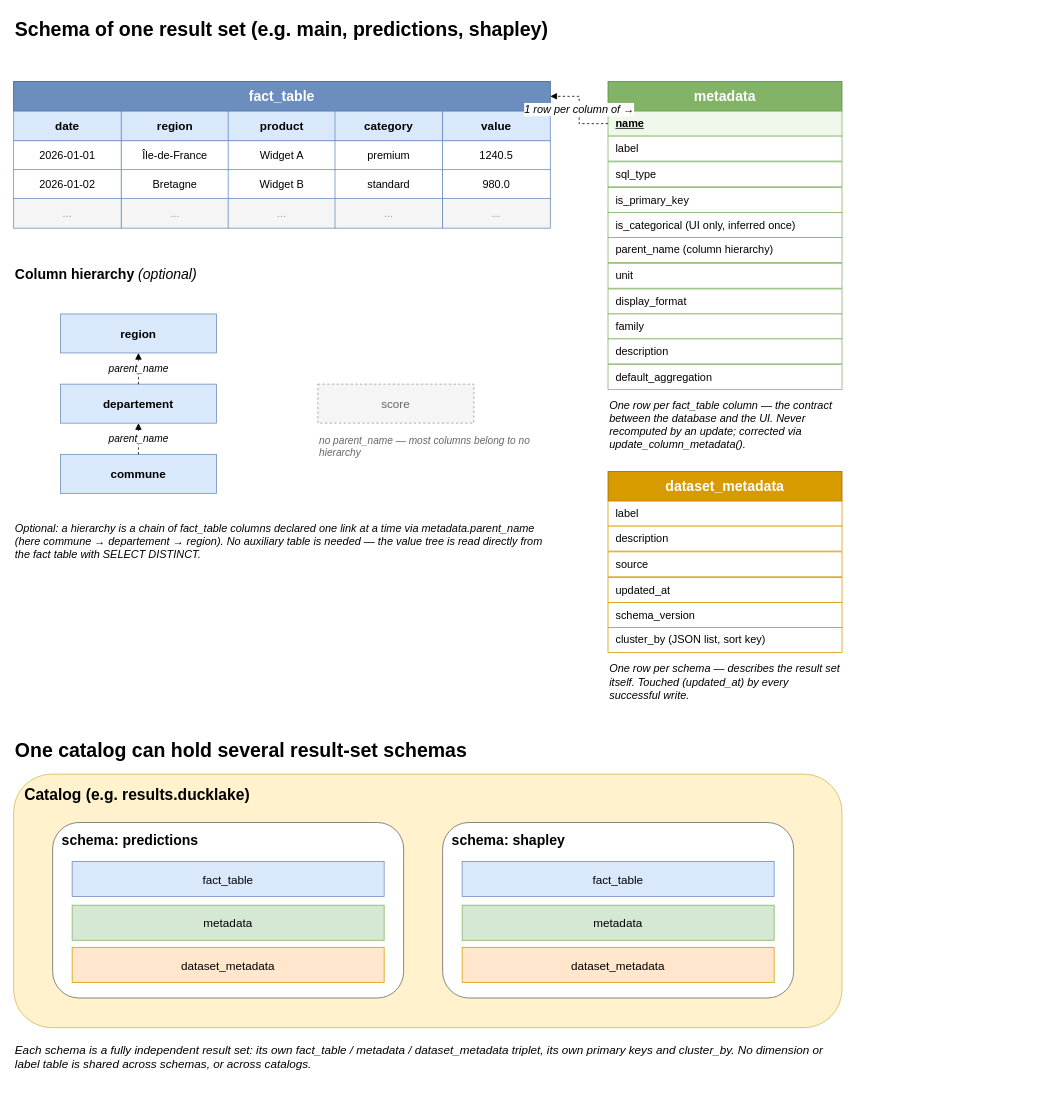
Above: docs/assets/schema_bdd.drawio in qbolliet/dt-ducklake-manager (draw.io), before the change. Source tidied: cells renumbered, new cells numbered last; positions are measured from the earlier drawing's top-left corner, leaving out a move shared by most shapes. Both pictures are drawn from the tidied source at 78%, with x=0, y=0 at pixel (13, 13).
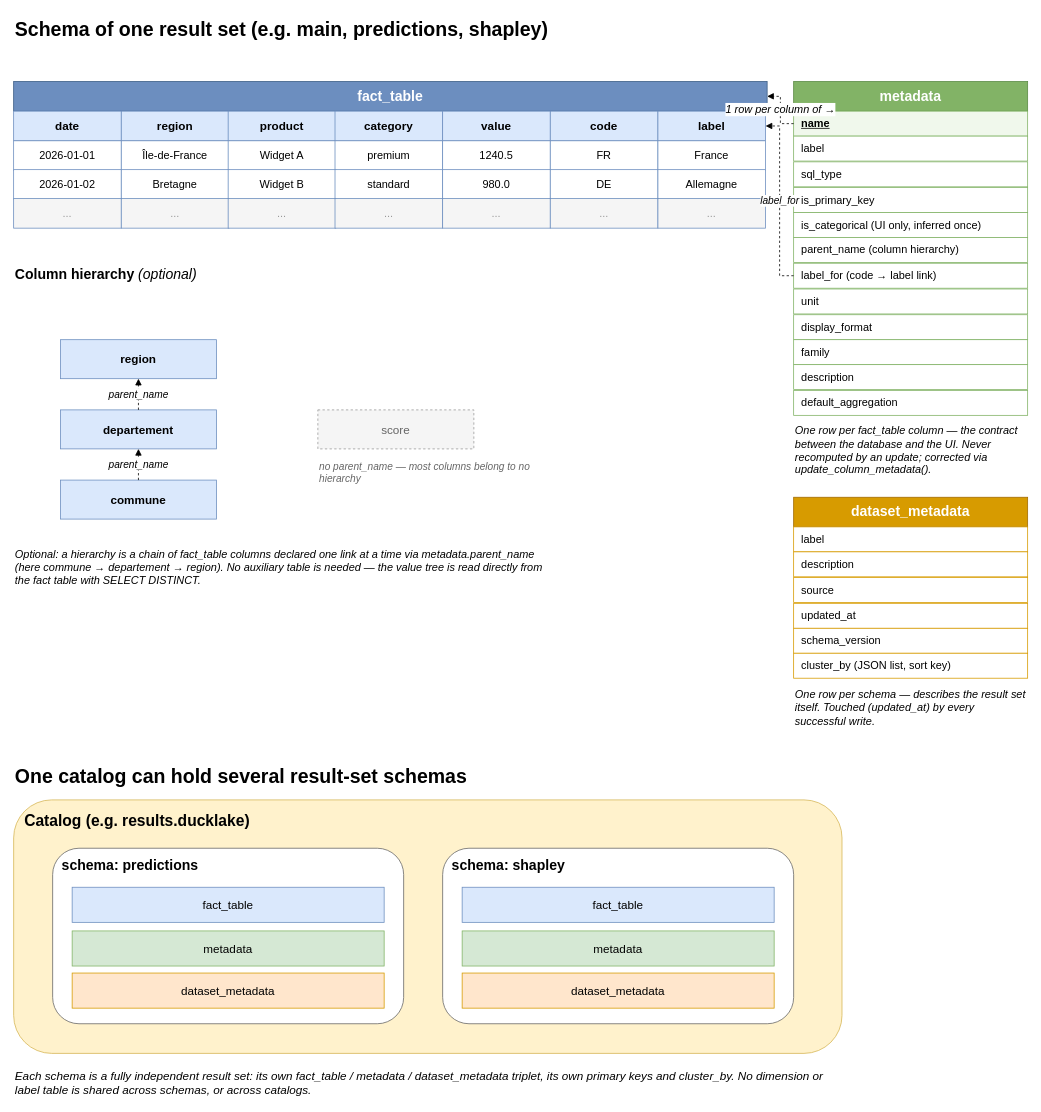
Above is the later version.

What changed in the source:
```diff
@@
     <mxCell id="2" value="Schema of one result set (e.g. main, predictions, shapley)" style="text;html=1;fontSize=25;fontStyle=1;align=left;verticalAlign=middle;" parent="1" vertex="1">
-      <mxGeometry width="875" height="38" as="geometry" />
+      <mxGeometry width="1300" height="38" as="geometry" />
     </mxCell>
     <mxCell id="3" value="fact_table" style="rounded=0;whiteSpace=wrap;html=1;fillColor=#6c8ebf;strokeColor=#3a5c85;fontColor=#ffffff;fontStyle=1;fontSize=18;align=center;verticalAlign=middle;" parent="1" vertex="1">
-      <mxGeometry y="87" width="688" height="38" as="geometry" />
+      <mxGeometry y="87" width="966" height="38" as="geometry" />
     </mxCell>
@@
+    <mxCell id="66" value="code" style="rounded=0;whiteSpace=wrap;html=1;fillColor=#dae8fc;strokeColor=#6c8ebf;fontStyle=1;fontSize=15;align=center;verticalAlign=middle;" parent="1" vertex="1">
+      <mxGeometry x="688" y="125" width="138" height="38" as="geometry" />
+    </mxCell>
+    <mxCell id="67" value="label" style="rounded=0;whiteSpace=wrap;html=1;fillColor=#dae8fc;strokeColor=#6c8ebf;fontStyle=1;fontSize=15;align=center;verticalAlign=middle;" parent="1" vertex="1">
+      <mxGeometry x="826" y="125" width="138" height="38" as="geometry" />
+    </mxCell>
@@
+    <mxCell id="68" value="FR" style="rounded=0;whiteSpace=wrap;html=1;fillColor=#ffffff;strokeColor=#6c8ebf;fontSize=14;align=center;verticalAlign=middle;" parent="1" vertex="1">
+      <mxGeometry x="688" y="163" width="138" height="38" as="geometry" />
+    </mxCell>
+    <mxCell id="69" value="France" style="rounded=0;whiteSpace=wrap;html=1;fillColor=#ffffff;strokeColor=#6c8ebf;fontSize=14;align=center;verticalAlign=middle;" parent="1" vertex="1">
+      <mxGeometry x="826" y="163" width="138" height="38" as="geometry" />
+    </mxCell>
@@
+    <mxCell id="70" value="DE" style="rounded=0;whiteSpace=wrap;html=1;fillColor=#ffffff;strokeColor=#6c8ebf;fontSize=14;align=center;verticalAlign=middle;" parent="1" vertex="1">
+      <mxGeometry x="688" y="200" width="138" height="38" as="geometry" />
+    </mxCell>
+    <mxCell id="71" value="Allemagne" style="rounded=0;whiteSpace=wrap;html=1;fillColor=#ffffff;strokeColor=#6c8ebf;fontSize=14;align=center;verticalAlign=middle;" parent="1" vertex="1">
+      <mxGeometry x="826" y="200" width="138" height="38" as="geometry" />
+    </mxCell>
@@
+    <mxCell id="72" value="..." style="rounded=0;whiteSpace=wrap;html=1;fillColor=#f5f5f5;strokeColor=#6c8ebf;fontSize=14;fontColor=#999999;align=center;verticalAlign=middle;" parent="1" vertex="1">
+      <mxGeometry x="688" y="237" width="138" height="38" as="geometry" />
+    </mxCell>
+    <mxCell id="73" value="..." style="rounded=0;whiteSpace=wrap;html=1;fillColor=#f5f5f5;strokeColor=#6c8ebf;fontSize=14;fontColor=#999999;align=center;verticalAlign=middle;" parent="1" vertex="1">
+      <mxGeometry x="826" y="237" width="138" height="38" as="geometry" />
+    </mxCell>
@@
     <mxCell id="25" value="region" style="rounded=0;whiteSpace=wrap;html=1;fillColor=#dae8fc;strokeColor=#6c8ebf;fontStyle=1;fontSize=15;align=center;verticalAlign=middle;" parent="1" vertex="1">
-      <mxGeometry x="60" y="385" width="200" height="50" as="geometry" />
+      <mxGeometry x="60" y="418" width="200" height="50" as="geometry" />
     </mxCell>
     <mxCell id="26" value="departement" style="rounded=0;whiteSpace=wrap;html=1;fillColor=#dae8fc;strokeColor=#6c8ebf;fontStyle=1;fontSize=15;align=center;verticalAlign=middle;" parent="1" vertex="1">
-      <mxGeometry x="60" y="475" width="200" height="50" as="geometry" />
+      <mxGeometry x="60" y="508" width="200" height="50" as="geometry" />
     </mxCell>
     <mxCell id="27" value="commune" style="rounded=0;whiteSpace=wrap;html=1;fillColor=#dae8fc;strokeColor=#6c8ebf;fontStyle=1;fontSize=15;align=center;verticalAlign=middle;" parent="1" vertex="1">
-      <mxGeometry x="60" y="565" width="200" height="50" as="geometry" />
+      <mxGeometry x="60" y="598" width="200" height="50" as="geometry" />
     </mxCell>
@@
     <mxCell id="30" value="score" style="rounded=0;whiteSpace=wrap;html=1;fillColor=#f5f5f5;strokeColor=#999999;dashed=1;fontColor=#666666;fontSize=15;align=center;verticalAlign=middle;" parent="1" vertex="1">
-      <mxGeometry x="390" y="475" width="200" height="50" as="geometry" />
+      <mxGeometry x="390" y="508" width="200" height="50" as="geometry" />
     </mxCell>
     <mxCell id="31" value="no parent_name — most columns belong to no hierarchy" style="text;html=1;whiteSpace=wrap;fontSize=13;fontStyle=2;fontColor=#666666;align=left;verticalAlign=top;" parent="1" vertex="1">
-      <mxGeometry x="390" y="533" width="298" height="45" as="geometry" />
+      <mxGeometry x="390" y="566" width="298" height="45" as="geometry" />
     </mxCell>
     <mxCell id="32" value="Optional: a hierarchy is a chain of fact_table columns declared one link at a time via metadata.parent_name (here commune → departement → region). No auxiliary table is needed — the value tree is read directly from the fact table with SELECT DISTINCT." style="text;html=1;whiteSpace=wrap;fontSize=14;fontStyle=2;align=left;verticalAlign=top;" parent="1" vertex="1">
-      <mxGeometry y="645" width="688" height="90" as="geometry" />
+      <mxGeometry y="678" width="688" height="90" as="geometry" />
     </mxCell>
     <mxCell id="33" value="metadata" style="rounded=0;whiteSpace=wrap;html=1;fillColor=#82b366;strokeColor=#5a8a44;fontColor=#ffffff;fontStyle=1;fontSize=18;align=center;verticalAlign=middle;" parent="1" vertex="1">
-      <mxGeometry x="762" y="87" width="300" height="38" as="geometry" />
+      <mxGeometry x="1000" y="87" width="300" height="38" as="geometry" />
     </mxCell>
     <mxCell id="34" value="name" style="rounded=0;whiteSpace=wrap;html=1;fillColor=#f0f8ec;strokeColor=#82b366;fontSize=14;fontStyle=5;align=left;verticalAlign=middle;spacingLeft=8;" parent="1" vertex="1">
-      <mxGeometry x="762" y="125" width="300" height="32" as="geometry" />
+      <mxGeometry x="1000" y="125" width="300" height="32" as="geometry" />
     </mxCell>
     <mxCell id="35" value="label" style="rounded=0;whiteSpace=wrap;html=1;fillColor=#ffffff;strokeColor=#82b366;fontSize=14;align=left;verticalAlign=middle;spacingLeft=8;" parent="1" vertex="1">
-      <mxGeometry x="762" y="157" width="300" height="32" as="geometry" />
+      <mxGeometry x="1000" y="157" width="300" height="32" as="geometry" />
     </mxCell>
     <mxCell id="36" value="sql_type" style="rounded=0;whiteSpace=wrap;html=1;fillColor=#ffffff;strokeColor=#82b366;fontSize=14;align=left;verticalAlign=middle;spacingLeft=8;" parent="1" vertex="1">
-      <mxGeometry x="762" y="190" width="300" height="32" as="geometry" />
+      <mxGeometry x="1000" y="190" width="300" height="32" as="geometry" />
     </mxCell>
     <mxCell id="37" value="is_primary_key" style="rounded=0;whiteSpace=wrap;html=1;fillColor=#ffffff;strokeColor=#82b366;fontSize=14;align=left;verticalAlign=middle;spacingLeft=8;" parent="1" vertex="1">
-      <mxGeometry x="762" y="223" width="300" height="32" as="geometry" />
+      <mxGeometry x="1000" y="223" width="300" height="32" as="geometry" />
     </mxCell>
     <mxCell id="38" value="is_categorical  (UI only, inferred once)" style="rounded=0;whiteSpace=wrap;html=1;fillColor=#ffffff;strokeColor=#82b366;fontSize=14;align=left;verticalAlign=middle;spacingLeft=8;" parent="1" vertex="1">
-      <mxGeometry x="762" y="255" width="300" height="32" as="geometry" />
+      <mxGeometry x="1000" y="255" width="300" height="32" as="geometry" />
     </mxCell>
     <mxCell id="39" value="parent_name  (column hierarchy)" style="rounded=0;whiteSpace=wrap;html=1;fillColor=#ffffff;strokeColor=#82b366;fontSize=14;align=left;verticalAlign=middle;spacingLeft=8;" parent="1" vertex="1">
-      <mxGeometry x="762" y="287" width="300" height="32" as="geometry" />
+      <mxGeometry x="1000" y="287" width="300" height="32" as="geometry" />
     </mxCell>
+    <mxCell id="74" value="label_for  (code → label link)" style="rounded=0;whiteSpace=wrap;html=1;fillColor=#ffffff;strokeColor=#82b366;fontSize=14;align=left;verticalAlign=middle;spacingLeft=8;" parent="1" vertex="1">
+      <mxGeometry x="1000" y="320" width="300" height="32" as="geometry" />
+    </mxCell>
     <mxCell id="40" value="unit" style="rounded=0;whiteSpace=wrap;html=1;fillColor=#ffffff;strokeColor=#82b366;fontSize=14;align=left;verticalAlign=middle;spacingLeft=8;" parent="1" vertex="1">
-      <mxGeometry x="762" y="320" width="300" height="32" as="geometry" />
+      <mxGeometry x="1000" y="353" width="300" height="32" as="geometry" />
     </mxCell>
     <mxCell id="41" value="display_format" style="rounded=0;whiteSpace=wrap;html=1;fillColor=#ffffff;strokeColor=#82b366;fontSize=14;align=left;verticalAlign=middle;spacingLeft=8;" parent="1" vertex="1">
-      <mxGeometry x="762" y="353" width="300" height="32" as="geometry" />
+      <mxGeometry x="1000" y="386" width="300" height="32" as="geometry" />
     </mxCell>
     <mxCell id="42" value="family" style="rounded=0;whiteSpace=wrap;html=1;fillColor=#ffffff;strokeColor=#82b366;fontSize=14;align=left;verticalAlign=middle;spacingLeft=8;" parent="1" vertex="1">
-      <mxGeometry x="762" y="385" width="300" height="32" as="geometry" />
+      <mxGeometry x="1000" y="418" width="300" height="32" as="geometry" />
     </mxCell>
     <mxCell id="43" value="description" style="rounded=0;whiteSpace=wrap;html=1;fillColor=#ffffff;strokeColor=#82b366;fontSize=14;align=left;verticalAlign=middle;spacingLeft=8;" parent="1" vertex="1">
-      <mxGeometry x="762" y="417" width="300" height="32" as="geometry" />
+      <mxGeometry x="1000" y="450" width="300" height="32" as="geometry" />
     </mxCell>
     <mxCell id="44" value="default_aggregation" style="rounded=0;whiteSpace=wrap;html=1;fillColor=#ffffff;strokeColor=#82b366;fontSize=14;align=left;verticalAlign=middle;spacingLeft=8;" parent="1" vertex="1">
-      <mxGeometry x="762" y="450" width="300" height="32" as="geometry" />
+      <mxGeometry x="1000" y="483" width="300" height="32" as="geometry" />
     </mxCell>
     <mxCell id="45" value="One row per fact_table column — the contract between the database and the UI. Never recomputed by an update; corrected via update_column_metadata()." style="text;html=1;whiteSpace=wrap;fontSize=14;fontStyle=2;align=left;verticalAlign=top;" parent="1" vertex="1">
-      <mxGeometry x="762" y="487" width="300" height="95" as="geometry" />
+      <mxGeometry x="1000" y="520" width="300" height="95" as="geometry" />
     </mxCell>
@@
+    <mxCell id="75" value="label_for" style="edgeStyle=orthogonalEdgeStyle;rounded=0;html=1;dashed=1;endArrow=block;fontSize=13;fontStyle=2;align=center;exitX=0;exitY=0.5;exitDx=0;exitDy=0;entryX=1;entryY=0.5;entryDx=0;entryDy=0;" parent="1" edge="1" source="74" target="67">
+      <mxGeometry relative="1" as="geometry" />
+    </mxCell>
     <mxCell id="47" value="dataset_metadata" style="rounded=0;whiteSpace=wrap;html=1;fillColor=#d79b00;strokeColor=#a06a00;fontColor=#ffffff;fontStyle=1;fontSize=18;align=center;verticalAlign=middle;" parent="1" vertex="1">
-      <mxGeometry x="762" y="587" width="300" height="38" as="geometry" />
+      <mxGeometry x="1000" y="620" width="300" height="38" as="geometry" />
     </mxCell>
     <mxCell id="48" value="label" style="rounded=0;whiteSpace=wrap;html=1;fillColor=#ffffff;strokeColor=#d79b00;fontSize=14;align=left;verticalAlign=middle;spacingLeft=8;" parent="1" vertex="1">
-      <mxGeometry x="762" y="625" width="300" height="32" as="geometry" />
+      <mxGeometry x="1000" y="658" width="300" height="32" as="geometry" />
     </mxCell>
     <mxCell id="49" value="description" style="rounded=0;whiteSpace=wrap;html=1;fillColor=#ffffff;strokeColor=#d79b00;fontSize=14;align=left;verticalAlign=middle;spacingLeft=8;" parent="1" vertex="1">
-      <mxGeometry x="762" y="657" width="300" height="32" as="geometry" />
+      <mxGeometry x="1000" y="690" width="300" height="32" as="geometry" />
     </mxCell>
     <mxCell id="50" value="source" style="rounded=0;whiteSpace=wrap;html=1;fillColor=#ffffff;strokeColor=#d79b00;fontSize=14;align=left;verticalAlign=middle;spacingLeft=8;" parent="1" vertex="1">
-      <mxGeometry x="762" y="690" width="300" height="32" as="geometry" />
+      <mxGeometry x="1000" y="723" width="300" height="32" as="geometry" />
     </mxCell>
     <mxCell id="51" value="updated_at" style="rounded=0;whiteSpace=wrap;html=1;fillColor=#ffffff;strokeColor=#d79b00;fontSize=14;align=left;verticalAlign=middle;spacingLeft=8;" parent="1" vertex="1">
-      <mxGeometry x="762" y="723" width="300" height="32" as="geometry" />
+      <mxGeometry x="1000" y="756" width="300" height="32" as="geometry" />
     </mxCell>
     <mxCell id="52" value="schema_version" style="rounded=0;whiteSpace=wrap;html=1;fillColor=#ffffff;strokeColor=#d79b00;fontSize=14;align=left;verticalAlign=middle;spacingLeft=8;" parent="1" vertex="1">
-      <mxGeometry x="762" y="755" width="300" height="32" as="geometry" />
+      <mxGeometry x="1000" y="788" width="300" height="32" as="geometry" />
     </mxCell>
     <mxCell id="53" value="cluster_by  (JSON list, sort key)" style="rounded=0;whiteSpace=wrap;html=1;fillColor=#ffffff;strokeColor=#d79b00;fontSize=14;align=left;verticalAlign=middle;spacingLeft=8;" parent="1" vertex="1">
-      <mxGeometry x="762" y="787" width="300" height="32" as="geometry" />
+      <mxGeometry x="1000" y="820" width="300" height="32" as="geometry" />
     </mxCell>
     <mxCell id="54" value="One row per schema — describes the result set itself. Touched (updated_at) by every successful write." style="text;html=1;whiteSpace=wrap;fontSize=14;fontStyle=2;align=left;verticalAlign=top;" parent="1" vertex="1">
-      <mxGeometry x="762" y="825" width="300" height="65" as="geometry" />
+      <mxGeometry x="1000" y="858" width="300" height="65" as="geometry" />
     </mxCell>
     <mxCell id="55" value="One catalog can hold several result-set schemas" style="text;html=1;fontSize=25;fontStyle=1;align=left;verticalAlign=middle;" parent="1" vertex="1">
-      <mxGeometry y="925" width="875" height="38" as="geometry" />
+      <mxGeometry y="958" width="875" height="38" as="geometry" />
     </mxCell>
     <mxCell id="56" value="Catalog (e.g. results.ducklake)" style="rounded=1;whiteSpace=wrap;html=1;fillColor=#fff2cc;strokeColor=#d6b656;fontStyle=1;fontSize=20;verticalAlign=top;align=left;spacingLeft=12;spacingTop=8;" parent="1" vertex="1">
-      <mxGeometry y="975" width="1062" height="325" as="geometry" />
+      <mxGeometry y="1008" width="1062" height="325" as="geometry" />
     </mxCell>
     <mxCell id="57" value="schema: predictions" style="rounded=1;whiteSpace=wrap;html=1;fillColor=#ffffff;strokeColor=#666666;fontStyle=1;fontSize=18;verticalAlign=top;align=left;spacingLeft=10;spacingTop=6;" parent="1" vertex="1">
-      <mxGeometry x="50" y="1037" width="450" height="225" as="geometry" />
+      <mxGeometry x="50" y="1070" width="450" height="225" as="geometry" />
     </mxCell>
     <mxCell id="58" value="schema: shapley" style="rounded=1;whiteSpace=wrap;html=1;fillColor=#ffffff;strokeColor=#666666;fontStyle=1;fontSize=18;verticalAlign=top;align=left;spacingLeft=10;spacingTop=6;" parent="1" vertex="1">
-      <mxGeometry x="550" y="1037" width="450" height="225" as="geometry" />
+      <mxGeometry x="550" y="1070" width="450" height="225" as="geometry" />
     </mxCell>
     <mxCell id="59" value="fact_table" style="rounded=0;whiteSpace=wrap;html=1;fillColor=#dae8fc;strokeColor=#6c8ebf;fontSize=15;align=center;verticalAlign=middle;" parent="1" vertex="1">
-      <mxGeometry x="75" y="1087" width="400" height="45" as="geometry" />
+      <mxGeometry x="75" y="1120" width="400" height="45" as="geometry" />
     </mxCell>
     <mxCell id="60" value="metadata" style="rounded=0;whiteSpace=wrap;html=1;fillColor=#d5e8d4;strokeColor=#82b366;fontSize=15;align=center;verticalAlign=middle;" parent="1" vertex="1">
-      <mxGeometry x="75" y="1143" width="400" height="45" as="geometry" />
+      <mxGeometry x="75" y="1176" width="400" height="45" as="geometry" />
     </mxCell>
     <mxCell id="61" value="dataset_metadata" style="rounded=0;whiteSpace=wrap;html=1;fillColor=#ffe6cc;strokeColor=#d79b00;fontSize=15;align=center;verticalAlign=middle;" parent="1" vertex="1">
-      <mxGeometry x="75" y="1197" width="400" height="45" as="geometry" />
+      <mxGeometry x="75" y="1230" width="400" height="45" as="geometry" />
     </mxCell>
     <mxCell id="62" value="fact_table" style="rounded=0;whiteSpace=wrap;html=1;fillColor=#dae8fc;strokeColor=#6c8ebf;fontSize=15;align=center;verticalAlign=middle;" parent="1" vertex="1">
-      <mxGeometry x="575" y="1087" width="400" height="45" as="geometry" />
+      <mxGeometry x="575" y="1120" width="400" height="45" as="geometry" />
     </mxCell>
     <mxCell id="63" value="metadata" style="rounded=0;whiteSpace=wrap;html=1;fillColor=#d5e8d4;strokeColor=#82b366;fontSize=15;align=center;verticalAlign=middle;" parent="1" vertex="1">
-      <mxGeometry x="575" y="1143" width="400" height="45" as="geometry" />
+      <mxGeometry x="575" y="1176" width="400" height="45" as="geometry" />
     </mxCell>
     <mxCell id="64" value="dataset_metadata" style="rounded=0;whiteSpace=wrap;html=1;fillColor=#ffe6cc;strokeColor=#d79b00;fontSize=15;align=center;verticalAlign=middle;" parent="1" vertex="1">
-      <mxGeometry x="575" y="1197" width="400" height="45" as="geometry" />
+      <mxGeometry x="575" y="1230" width="400" height="45" as="geometry" />
     </mxCell>
     <mxCell id="65" value="Each schema is a fully independent result set: its own fact_table / metadata / dataset_metadata triplet, its own primary keys and cluster_by. No dimension or label table is shared across schemas, or across catalogs." style="text;html=1;whiteSpace=wrap;fontSize=15;fontStyle=2;align=left;verticalAlign=top;" parent="1" vertex="1">
-      <mxGeometry y="1313" width="1062" height="45" as="geometry" />
+      <mxGeometry y="1346" width="1062" height="45" as="geometry" />
     </mxCell>
```
